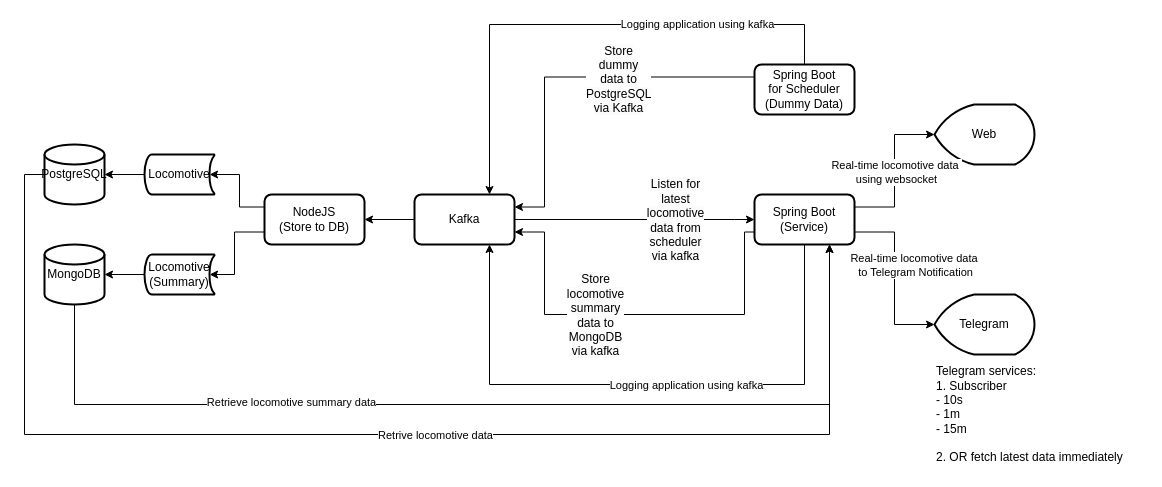
This is IoT Lokomotif.drawio from misterdevs/Simulation-IoT-of-Locomotive, a draw.io file, before an edit. Source tidied: cells renumbered, new cells numbered last; positions are measured from the earlier drawing's top-left corner, leaving out a move shared by most shapes. Both pictures are drawn from the tidied source at 100%, with x=0, y=0 at pixel (24, 24).
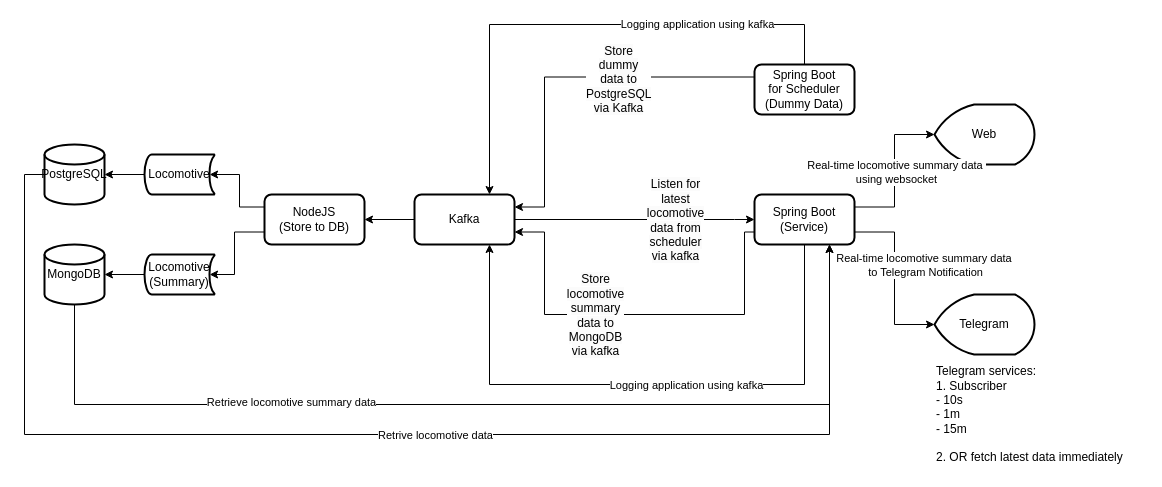
After the change.

Commit message:
feat: update System Architecture Diagram

Unchanged cells that the change refers to:
```xml
<mxCell id="32" style="edgeStyle=orthogonalEdgeStyle;rounded=0;jettySize=auto;html=1;exitX=1;exitY=0.25;exitDx=0;exitDy=0;entryX=0;entryY=0.5;entryDx=0;entryDy=0;entryPerimeter=0;" parent="1" edge="1" source="27" target="31">
  <mxGeometry relative="1" as="geometry" />
</mxCell>
```

The edit, as a diff of the source:
```diff
@@
-    <mxCell id="33" value="Real-time locomotive data&amp;nbsp;&lt;div&gt;using websocket&lt;/div&gt;" style="edgeLabel;html=1;align=center;verticalAlign=middle;" parent="32" vertex="1">
+    <mxCell id="33" value="Real-time locomotive summary data&amp;nbsp;&lt;div&gt;using websocket&lt;/div&gt;" style="edgeLabel;html=1;align=center;verticalAlign=middle;" parent="32" vertex="1">
       <mxGeometry x="-0.02" y="-1" relative="1" as="geometry" />
     </mxCell>
@@
-    <mxCell id="35" value="Real-time locomotive data&amp;nbsp;&lt;div&gt;to Telegram Notification&lt;/div&gt;" style="edgeLabel;html=1;align=center;verticalAlign=middle;" parent="1" vertex="1">
-      <mxGeometry x="890" y="240" as="geometry" />
+    <mxCell id="35" value="Real-time locomotive summary data&amp;nbsp;&lt;div&gt;to Telegram Notification&lt;/div&gt;" style="edgeLabel;html=1;align=center;verticalAlign=middle;" parent="1" vertex="1">
+      <mxGeometry x="900" y="240" as="geometry" />
     </mxCell>
```
